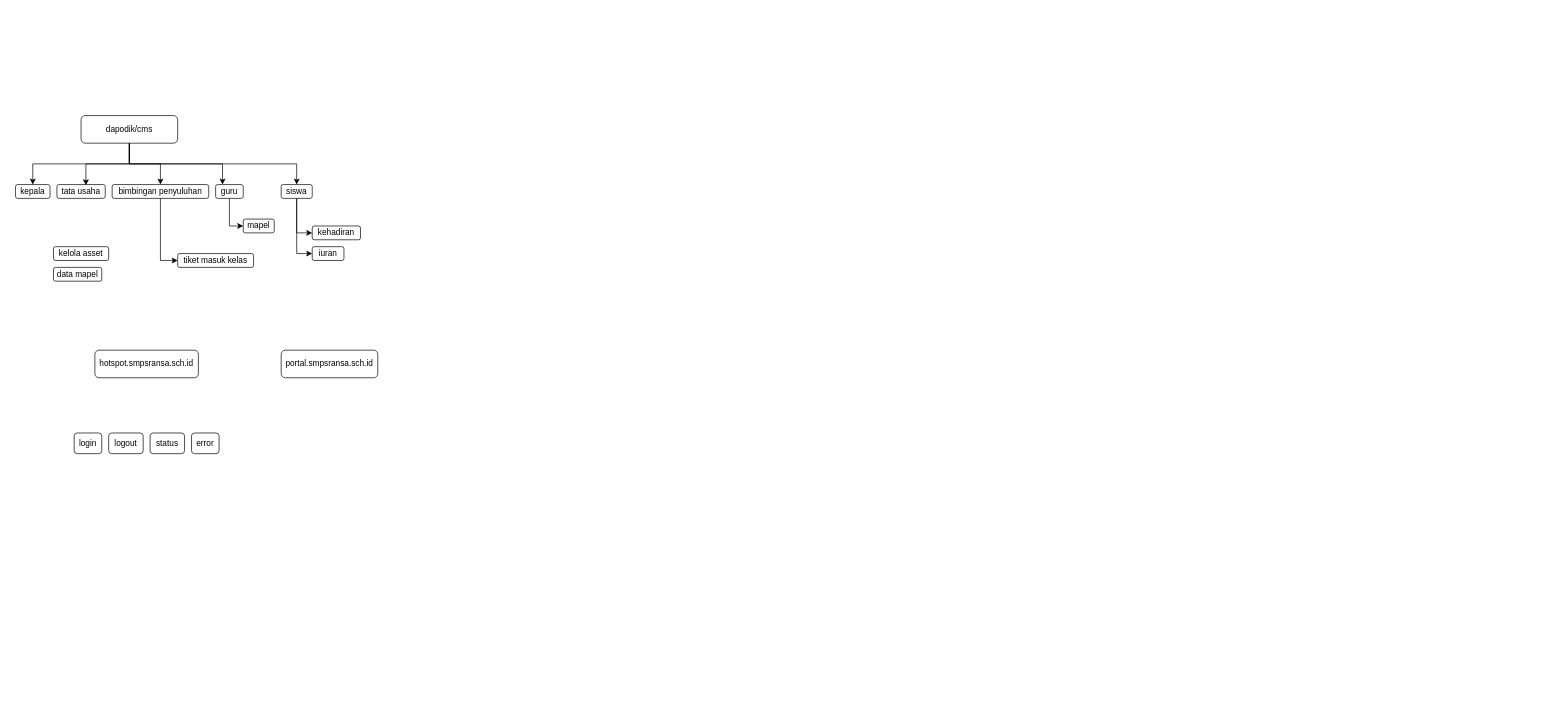
Earlier version of the draw.io diagram Diagram Tanpa Judul.drawio (saristek/portal). Source tidied: cells renumbered, new cells numbered last; positions are measured from the earlier drawing's top-left corner, leaving out a move shared by most shapes. Both pictures are drawn from the tidied source at 69%, with x=0, y=0 at pixel (15, 115).
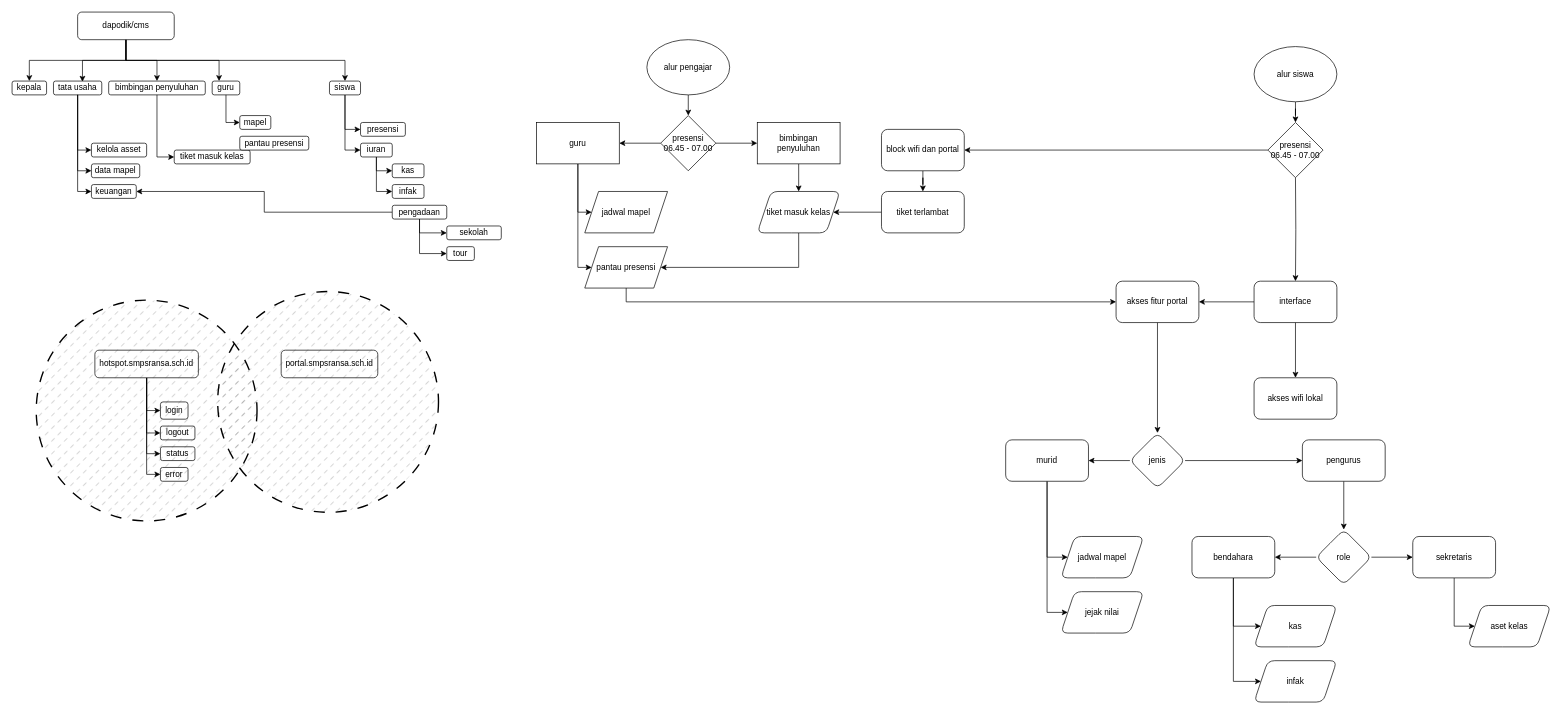
Above is the later version.

Unchanged cells that the change refers to:
```xml
<mxCell id="3" value="hotspot.smpsransa.sch.id" style="rounded=1;whiteSpace=wrap;html=1;" parent="1" vertex="1">
  <mxGeometry x="115" y="340" width="150" height="40" as="geometry" />
</mxCell>
<mxCell id="15" value="tata usaha" style="rounded=1;whiteSpace=wrap;html=1;" parent="13" vertex="1">
  <mxGeometry x="60" width="70" height="20" as="geometry" />
</mxCell>
```

Diff of the diagram source:
```diff
@@
+    <mxCell id="30" style="edgeStyle=orthogonalEdgeStyle;rounded=0;jettySize=auto;html=1;exitX=0.5;exitY=1;exitDx=0;exitDy=0;entryX=0;entryY=0.5;entryDx=0;entryDy=0;" parent="1" edge="1" source="3" target="4">
+      <mxGeometry relative="1" as="geometry" />
+    </mxCell>
+    <mxCell id="31" style="edgeStyle=orthogonalEdgeStyle;rounded=0;jettySize=auto;html=1;exitX=0.5;exitY=1;exitDx=0;exitDy=0;entryX=0;entryY=0.5;entryDx=0;entryDy=0;" parent="1" edge="1" source="3" target="5">
+      <mxGeometry relative="1" as="geometry" />
+    </mxCell>
+    <mxCell id="32" style="edgeStyle=orthogonalEdgeStyle;rounded=0;jettySize=auto;html=1;exitX=0.5;exitY=1;exitDx=0;exitDy=0;entryX=0;entryY=0.5;entryDx=0;entryDy=0;" parent="1" edge="1" source="3" target="6">
+      <mxGeometry relative="1" as="geometry" />
+    </mxCell>
+    <mxCell id="33" style="edgeStyle=orthogonalEdgeStyle;rounded=0;jettySize=auto;html=1;exitX=0.5;exitY=1;exitDx=0;exitDy=0;entryX=0;entryY=0.5;entryDx=0;entryDy=0;" parent="1" edge="1" source="3" target="7">
+      <mxGeometry relative="1" as="geometry" />
+    </mxCell>
@@
     <mxCell id="4" value="login" style="rounded=1;whiteSpace=wrap;html=1;" parent="1" vertex="1">
-      <mxGeometry x="85" y="460" width="40" height="30" as="geometry" />
+      <mxGeometry x="210" y="415" width="40" height="25" as="geometry" />
     </mxCell>
     <mxCell id="5" value="logout" style="rounded=1;whiteSpace=wrap;html=1;" parent="1" vertex="1">
-      <mxGeometry x="135" y="460" width="50" height="30" as="geometry" />
+      <mxGeometry x="210" y="450" width="50" height="20" as="geometry" />
     </mxCell>
     <mxCell id="6" value="status" style="rounded=1;whiteSpace=wrap;html=1;" parent="1" vertex="1">
-      <mxGeometry x="195" y="460" width="50" height="30" as="geometry" />
+      <mxGeometry x="210" y="480" width="50" height="20" as="geometry" />
     </mxCell>
     <mxCell id="7" value="error" style="rounded=1;whiteSpace=wrap;html=1;" parent="1" vertex="1">
-      <mxGeometry x="255" y="460" width="40" height="30" as="geometry" />
+      <mxGeometry x="210" y="510" width="40" height="20" as="geometry" />
     </mxCell>
@@
     <mxCell id="12" value="dapodik/cms" style="rounded=1;whiteSpace=wrap;html=1;" parent="1" vertex="1">
-      <mxGeometry x="95" width="140" height="40" as="geometry" />
+      <mxGeometry x="90" y="-150" width="140" height="40" as="geometry" />
     </mxCell>
     <mxCell id="13" style="group;" parent="1" vertex="1">
-      <mxGeometry y="100" width="330" height="20" as="geometry" />
+      <mxGeometry x="-5" y="-50" width="330" height="20" as="geometry" />
     </mxCell>
@@
     <mxCell id="18" value="mapel" style="rounded=1;whiteSpace=wrap;html=1;" parent="1" vertex="1">
-      <mxGeometry x="330" y="150" width="45" height="20" as="geometry" />
+      <mxGeometry x="325" width="45" height="20" as="geometry" />
     </mxCell>
@@
     <mxCell id="21" value="siswa" style="rounded=1;whiteSpace=wrap;html=1;" parent="1" vertex="1">
-      <mxGeometry x="385" y="100" width="45" height="20" as="geometry" />
+      <mxGeometry x="455" y="-50" width="45" height="20" as="geometry" />
     </mxCell>
+    <mxCell id="34" style="edgeStyle=orthogonalEdgeStyle;rounded=0;jettySize=auto;html=1;exitX=0.5;exitY=1;exitDx=0;exitDy=0;entryX=0;entryY=0.5;entryDx=0;entryDy=0;" parent="1" edge="1" source="22" target="92">
+      <mxGeometry relative="1" as="geometry">
+        <Array as="points">
+          <mxPoint x="523" y="80" />
+        </Array>
+      </mxGeometry>
+    </mxCell>
+    <mxCell id="35" style="edgeStyle=orthogonalEdgeStyle;rounded=0;jettySize=auto;html=1;exitX=0.5;exitY=1;exitDx=0;exitDy=0;entryX=0;entryY=0.5;entryDx=0;entryDy=0;" parent="1" edge="1" source="22" target="93">
+      <mxGeometry relative="1" as="geometry" />
+    </mxCell>
     <mxCell id="22" value="iuran" style="rounded=1;whiteSpace=wrap;html=1;" parent="1" vertex="1">
-      <mxGeometry x="430" y="190" width="46" height="20" as="geometry" />
+      <mxGeometry x="500" y="40" width="46" height="20" as="geometry" />
     </mxCell>
-    <mxCell id="23" value="kehadiran" style="rounded=1;whiteSpace=wrap;html=1;" parent="1" vertex="1">
-      <mxGeometry x="430" y="160" width="70" height="20" as="geometry" />
+    <mxCell id="23" value="presensi" style="rounded=1;whiteSpace=wrap;html=1;" parent="1" vertex="1">
+      <mxGeometry x="500" y="10" width="65" height="20" as="geometry" />
     </mxCell>
     <mxCell id="24" value="kelola asset" style="rounded=1;whiteSpace=wrap;html=1;" parent="1" vertex="1">
-      <mxGeometry x="55" y="190" width="80" height="20" as="geometry" />
+      <mxGeometry x="110" y="40" width="80" height="20" as="geometry" />
     </mxCell>
     <mxCell id="25" value="data mapel" style="rounded=1;whiteSpace=wrap;html=1;" parent="1" vertex="1">
-      <mxGeometry x="55" y="220" width="70" height="20" as="geometry" />
+      <mxGeometry x="110" y="70" width="70" height="20" as="geometry" />
     </mxCell>
     <mxCell id="26" value="tiket masuk kelas" style="rounded=1;whiteSpace=wrap;html=1;" parent="1" vertex="1">
-      <mxGeometry x="235" y="200" width="110" height="20" as="geometry" />
+      <mxGeometry x="230" y="50" width="110" height="20" as="geometry" />
     </mxCell>
@@
+    <mxCell id="36" style="edgeStyle=orthogonalEdgeStyle;rounded=0;jettySize=auto;html=1;exitX=0.5;exitY=1;exitDx=0;exitDy=0;entryX=0;entryY=0.5;entryDx=0;entryDy=0;" parent="1" edge="1" source="15" target="24">
+      <mxGeometry relative="1" as="geometry" />
+    </mxCell>
+    <mxCell id="37" style="edgeStyle=orthogonalEdgeStyle;rounded=0;jettySize=auto;html=1;exitX=0.5;exitY=1;exitDx=0;exitDy=0;entryX=0;entryY=0.5;entryDx=0;entryDy=0;" parent="1" edge="1" source="15" target="25">
+      <mxGeometry relative="1" as="geometry" />
+    </mxCell>
+    <mxCell id="38" style="ellipse;whiteSpace=wrap;html=1;fillStyle=dashed;fillColor=#333333;strokeColor=default;dashed=1;dashPattern=8 8;gradientColor=none;shadow=0;strokeWidth=2;fillOpacity=20;" parent="1" vertex="1">
+      <mxGeometry x="30" y="267.5" width="320" height="320" as="geometry" />
+    </mxCell>
+    <mxCell id="39" style="ellipse;whiteSpace=wrap;html=1;fillStyle=dashed;fillColor=#333333;strokeColor=default;dashed=1;dashPattern=8 8;gradientColor=none;shadow=0;strokeWidth=2;fillOpacity=20;" parent="1" vertex="1">
+      <mxGeometry x="293" y="255" width="320" height="320" as="geometry" />
+    </mxCell>
+    <mxCell id="40" style="edgeStyle=orthogonalEdgeStyle;rounded=0;jettySize=auto;html=1;" parent="1" edge="1" source="41" target="66">
+      <mxGeometry relative="1" as="geometry" />
+    </mxCell>
+    <mxCell id="41" value="alur siswa" style="ellipse;whiteSpace=wrap;html=1;" parent="1" vertex="1">
+      <mxGeometry x="1795" y="-100" width="120" height="80" as="geometry" />
+    </mxCell>
+    <mxCell id="42" style="edgeStyle=orthogonalEdgeStyle;rounded=0;jettySize=auto;html=1;exitX=0;exitY=0.5;exitDx=0;exitDy=0;entryX=1;entryY=0.5;entryDx=0;entryDy=0;" parent="1" edge="1" source="66" target="45">
+      <mxGeometry relative="1" as="geometry" />
+    </mxCell>
+    <mxCell id="43" style="edgeStyle=orthogonalEdgeStyle;rounded=0;jettySize=auto;html=1;exitX=0.5;exitY=1;exitDx=0;exitDy=0;" parent="1" edge="1" target="50">
+      <mxGeometry relative="1" as="geometry">
+        <mxPoint x="1855" y="90" as="sourcePoint" />
+      </mxGeometry>
+    </mxCell>
+    <mxCell id="44" style="edgeStyle=orthogonalEdgeStyle;rounded=0;jettySize=auto;html=1;" parent="1" edge="1" source="45" target="47">
+      <mxGeometry relative="1" as="geometry" />
+    </mxCell>
+    <mxCell id="45" value="block wifi dan portal" style="whiteSpace=wrap;html=1;rounded=1;" parent="1" vertex="1">
+      <mxGeometry x="1255" y="20" width="120" height="60" as="geometry" />
+    </mxCell>
+    <mxCell id="46" style="edgeStyle=orthogonalEdgeStyle;rounded=0;jettySize=auto;html=1;exitX=0;exitY=0.5;exitDx=0;exitDy=0;entryX=1;entryY=0.5;entryDx=0;entryDy=0;" parent="1" edge="1" source="47" target="65">
+      <mxGeometry relative="1" as="geometry" />
+    </mxCell>
+    <mxCell id="47" value="tiket terlambat" style="whiteSpace=wrap;html=1;rounded=1;" parent="1" vertex="1">
+      <mxGeometry x="1255" y="110" width="120" height="60" as="geometry" />
+    </mxCell>
+    <mxCell id="48" style="edgeStyle=orthogonalEdgeStyle;rounded=0;jettySize=auto;html=1;" parent="1" edge="1" source="50" target="51">
+      <mxGeometry relative="1" as="geometry" />
+    </mxCell>
+    <mxCell id="49" style="edgeStyle=orthogonalEdgeStyle;rounded=0;jettySize=auto;html=1;" parent="1" edge="1" source="50" target="53">
+      <mxGeometry relative="1" as="geometry" />
+    </mxCell>
+    <mxCell id="50" value="interface" style="whiteSpace=wrap;html=1;rounded=1;" parent="1" vertex="1">
+      <mxGeometry x="1795" y="240" width="120" height="60" as="geometry" />
+    </mxCell>
+    <mxCell id="51" value="akses wifi lokal" style="whiteSpace=wrap;html=1;rounded=1;" parent="1" vertex="1">
+      <mxGeometry x="1795" y="380" width="120" height="60" as="geometry" />
+    </mxCell>
+    <mxCell id="52" style="edgeStyle=orthogonalEdgeStyle;rounded=0;jettySize=auto;html=1;" parent="1" edge="1" source="53" target="69">
+      <mxGeometry relative="1" as="geometry" />
+    </mxCell>
+    <mxCell id="53" value="akses fitur portal" style="whiteSpace=wrap;html=1;rounded=1;" parent="1" vertex="1">
+      <mxGeometry x="1595" y="240" width="120" height="60" as="geometry" />
+    </mxCell>
+    <mxCell id="54" style="edgeStyle=orthogonalEdgeStyle;rounded=0;jettySize=auto;html=1;exitX=0.5;exitY=1;exitDx=0;exitDy=0;entryX=0.5;entryY=0;entryDx=0;entryDy=0;" parent="1" edge="1" source="55" target="58">
+      <mxGeometry relative="1" as="geometry" />
+    </mxCell>
+    <mxCell id="55" value="alur pengajar" style="ellipse;whiteSpace=wrap;html=1;" parent="1" vertex="1">
+      <mxGeometry x="915" y="-110" width="120" height="80" as="geometry" />
+    </mxCell>
+    <mxCell id="56" style="edgeStyle=orthogonalEdgeStyle;rounded=0;jettySize=auto;html=1;" parent="1" edge="1" source="58" target="61">
+      <mxGeometry relative="1" as="geometry" />
+    </mxCell>
+    <mxCell id="57" style="edgeStyle=orthogonalEdgeStyle;rounded=0;jettySize=auto;html=1;" parent="1" edge="1" source="58" target="63">
+      <mxGeometry relative="1" as="geometry" />
+    </mxCell>
+    <mxCell id="58" value="presensi 06.45 - 07.00" style="rhombus;whiteSpace=wrap;html=1;" parent="1" vertex="1">
+      <mxGeometry x="935" width="80" height="80" as="geometry" />
+    </mxCell>
+    <mxCell id="59" style="edgeStyle=orthogonalEdgeStyle;rounded=0;jettySize=auto;html=1;entryX=0;entryY=0.5;entryDx=0;entryDy=0;" parent="1" edge="1" source="61" target="88">
+      <mxGeometry relative="1" as="geometry">
+        <Array as="points">
+          <mxPoint x="815" y="140" />
+        </Array>
+      </mxGeometry>
+    </mxCell>
+    <mxCell id="60" style="edgeStyle=orthogonalEdgeStyle;rounded=0;jettySize=auto;html=1;exitX=0.5;exitY=1;exitDx=0;exitDy=0;entryX=0;entryY=0.5;entryDx=0;entryDy=0;" parent="1" edge="1" source="61" target="90">
+      <mxGeometry relative="1" as="geometry">
+        <Array as="points">
+          <mxPoint x="815" y="220" />
+        </Array>
+      </mxGeometry>
+    </mxCell>
+    <mxCell id="61" value="guru" style="whiteSpace=wrap;html=1;" parent="1" vertex="1">
+      <mxGeometry x="755" y="10" width="120" height="60" as="geometry" />
+    </mxCell>
+    <mxCell id="62" style="edgeStyle=orthogonalEdgeStyle;rounded=0;jettySize=auto;html=1;" parent="1" edge="1" source="63" target="65">
+      <mxGeometry relative="1" as="geometry" />
+    </mxCell>
+    <mxCell id="63" value="bimbingan penyuluhan" style="whiteSpace=wrap;html=1;" parent="1" vertex="1">
+      <mxGeometry x="1075" y="10" width="120" height="60" as="geometry" />
+    </mxCell>
+    <mxCell id="64" style="edgeStyle=orthogonalEdgeStyle;rounded=0;jettySize=auto;html=1;exitX=0.5;exitY=1;exitDx=0;exitDy=0;entryX=1;entryY=0.5;entryDx=0;entryDy=0;" parent="1" edge="1" source="65" target="90">
+      <mxGeometry relative="1" as="geometry">
+        <Array as="points">
+          <mxPoint x="1135" y="220" />
+        </Array>
+      </mxGeometry>
+    </mxCell>
+    <mxCell id="65" value="tiket masuk kelas" style="shape=parallelogram;perimeter=parallelogramPerimeter;whiteSpace=wrap;html=1;fixedSize=1;rounded=1;" parent="1" vertex="1">
+      <mxGeometry x="1075" y="110" width="120" height="60" as="geometry" />
+    </mxCell>
+    <mxCell id="66" value="presensi 06.45 - 07.00" style="rhombus;whiteSpace=wrap;html=1;" parent="1" vertex="1">
+      <mxGeometry x="1815" y="10" width="80" height="80" as="geometry" />
+    </mxCell>
+    <mxCell id="67" style="edgeStyle=orthogonalEdgeStyle;rounded=0;jettySize=auto;html=1;" parent="1" edge="1" source="69" target="71">
+      <mxGeometry relative="1" as="geometry" />
+    </mxCell>
+    <mxCell id="68" style="edgeStyle=orthogonalEdgeStyle;rounded=0;jettySize=auto;html=1;" parent="1" edge="1" source="69" target="74">
+      <mxGeometry relative="1" as="geometry" />
+    </mxCell>
+    <mxCell id="69" value="jenis" style="rhombus;whiteSpace=wrap;html=1;rounded=1;" parent="1" vertex="1">
+      <mxGeometry x="1615" y="460" width="80" height="80" as="geometry" />
+    </mxCell>
+    <mxCell id="70" style="edgeStyle=orthogonalEdgeStyle;rounded=0;jettySize=auto;html=1;" parent="1" edge="1" source="71" target="77">
+      <mxGeometry relative="1" as="geometry" />
+    </mxCell>
+    <mxCell id="71" value="pengurus" style="whiteSpace=wrap;html=1;rounded=1;" parent="1" vertex="1">
+      <mxGeometry x="1865" y="470" width="120" height="60" as="geometry" />
+    </mxCell>
+    <mxCell id="72" style="edgeStyle=orthogonalEdgeStyle;rounded=0;jettySize=auto;html=1;entryX=0;entryY=0.5;entryDx=0;entryDy=0;" parent="1" edge="1" source="74" target="86">
+      <mxGeometry relative="1" as="geometry">
+        <Array as="points">
+          <mxPoint x="1495" y="640" />
+        </Array>
+      </mxGeometry>
+    </mxCell>
+    <mxCell id="73" style="edgeStyle=orthogonalEdgeStyle;rounded=0;jettySize=auto;html=1;exitX=0.5;exitY=1;exitDx=0;exitDy=0;entryX=0;entryY=0.5;entryDx=0;entryDy=0;" parent="1" edge="1" source="74" target="87">
+      <mxGeometry relative="1" as="geometry">
+        <Array as="points">
+          <mxPoint x="1495" y="720" />
+        </Array>
+      </mxGeometry>
+    </mxCell>
+    <mxCell id="74" value="murid" style="whiteSpace=wrap;html=1;rounded=1;" parent="1" vertex="1">
+      <mxGeometry x="1435" y="470" width="120" height="60" as="geometry" />
+    </mxCell>
+    <mxCell id="75" style="edgeStyle=orthogonalEdgeStyle;rounded=0;jettySize=auto;html=1;" parent="1" edge="1" source="77" target="80">
+      <mxGeometry relative="1" as="geometry" />
+    </mxCell>
+    <mxCell id="76" style="edgeStyle=orthogonalEdgeStyle;rounded=0;jettySize=auto;html=1;" parent="1" edge="1" source="77" target="82">
+      <mxGeometry relative="1" as="geometry" />
+    </mxCell>
+    <mxCell id="77" value="role" style="rhombus;whiteSpace=wrap;html=1;rounded=1;" parent="1" vertex="1">
+      <mxGeometry x="1885" y="600" width="80" height="80" as="geometry" />
+    </mxCell>
+    <mxCell id="78" style="edgeStyle=orthogonalEdgeStyle;rounded=0;jettySize=auto;html=1;exitX=0.5;exitY=1;exitDx=0;exitDy=0;entryX=0;entryY=0.5;entryDx=0;entryDy=0;" parent="1" edge="1" source="80" target="83">
+      <mxGeometry relative="1" as="geometry">
+        <Array as="points">
+          <mxPoint x="1765" y="740" />
+        </Array>
+      </mxGeometry>
+    </mxCell>
+    <mxCell id="79" style="edgeStyle=orthogonalEdgeStyle;rounded=0;jettySize=auto;html=1;exitX=0.5;exitY=1;exitDx=0;exitDy=0;entryX=0;entryY=0.5;entryDx=0;entryDy=0;" parent="1" edge="1" source="80" target="84">
+      <mxGeometry relative="1" as="geometry">
+        <Array as="points">
+          <mxPoint x="1765" y="820" />
+        </Array>
+      </mxGeometry>
+    </mxCell>
+    <mxCell id="80" value="bendahara" style="whiteSpace=wrap;html=1;rounded=1;" parent="1" vertex="1">
+      <mxGeometry x="1705" y="610" width="120" height="60" as="geometry" />
+    </mxCell>
+    <mxCell id="81" style="edgeStyle=orthogonalEdgeStyle;rounded=0;jettySize=auto;html=1;" parent="1" edge="1" source="82" target="85">
+      <mxGeometry relative="1" as="geometry">
+        <Array as="points">
+          <mxPoint x="2085" y="740" />
+        </Array>
+      </mxGeometry>
+    </mxCell>
+    <mxCell id="82" value="sekretaris" style="whiteSpace=wrap;html=1;rounded=1;" parent="1" vertex="1">
+      <mxGeometry x="2025" y="610" width="120" height="60" as="geometry" />
+    </mxCell>
+    <mxCell id="83" value="kas" style="shape=parallelogram;perimeter=parallelogramPerimeter;whiteSpace=wrap;html=1;fixedSize=1;rounded=1;" parent="1" vertex="1">
+      <mxGeometry x="1795" y="710" width="120" height="60" as="geometry" />
+    </mxCell>
+    <mxCell id="84" value="infak" style="shape=parallelogram;perimeter=parallelogramPerimeter;whiteSpace=wrap;html=1;fixedSize=1;rounded=1;" parent="1" vertex="1">
+      <mxGeometry x="1795" y="790" width="120" height="60" as="geometry" />
+    </mxCell>
+    <mxCell id="85" value="aset kelas" style="shape=parallelogram;perimeter=parallelogramPerimeter;whiteSpace=wrap;html=1;fixedSize=1;rounded=1;" parent="1" vertex="1">
+      <mxGeometry x="2105" y="710" width="120" height="60" as="geometry" />
+    </mxCell>
+    <mxCell id="86" value="jadwal mapel" style="shape=parallelogram;perimeter=parallelogramPerimeter;whiteSpace=wrap;html=1;fixedSize=1;rounded=1;" parent="1" vertex="1">
+      <mxGeometry x="1515" y="610" width="120" height="60" as="geometry" />
+    </mxCell>
+    <mxCell id="87" value="jejak nilai" style="shape=parallelogram;perimeter=parallelogramPerimeter;whiteSpace=wrap;html=1;fixedSize=1;rounded=1;" parent="1" vertex="1">
+      <mxGeometry x="1515" y="690" width="120" height="60" as="geometry" />
+    </mxCell>
+    <mxCell id="88" value="jadwal mapel" style="shape=parallelogram;perimeter=parallelogramPerimeter;whiteSpace=wrap;html=1;fixedSize=1;" parent="1" vertex="1">
+      <mxGeometry x="825" y="110" width="120" height="60" as="geometry" />
+    </mxCell>
+    <mxCell id="89" style="edgeStyle=orthogonalEdgeStyle;rounded=0;jettySize=auto;html=1;exitX=0.5;exitY=1;exitDx=0;exitDy=0;entryX=0;entryY=0.5;entryDx=0;entryDy=0;" parent="1" edge="1" source="90" target="53">
+      <mxGeometry relative="1" as="geometry">
+        <Array as="points">
+          <mxPoint x="885" y="270" />
+        </Array>
+      </mxGeometry>
+    </mxCell>
+    <mxCell id="90" value="pantau presensi" style="shape=parallelogram;perimeter=parallelogramPerimeter;whiteSpace=wrap;html=1;fixedSize=1;" parent="1" vertex="1">
+      <mxGeometry x="825" y="190" width="120" height="60" as="geometry" />
+    </mxCell>
+    <mxCell id="91" value="pantau presensi" style="rounded=1;whiteSpace=wrap;html=1;" parent="1" vertex="1">
+      <mxGeometry x="325" y="30" width="100" height="20" as="geometry" />
+    </mxCell>
+    <mxCell id="92" value="kas" style="rounded=1;whiteSpace=wrap;html=1;" parent="1" vertex="1">
+      <mxGeometry x="546" y="70" width="46" height="20" as="geometry" />
+    </mxCell>
+    <mxCell id="93" value="infak" style="rounded=1;whiteSpace=wrap;html=1;" parent="1" vertex="1">
+      <mxGeometry x="546" y="100" width="46" height="20" as="geometry" />
+    </mxCell>
+    <mxCell id="94" style="edgeStyle=orthogonalEdgeStyle;rounded=0;jettySize=auto;html=1;exitX=0;exitY=0.5;exitDx=0;exitDy=0;entryX=1;entryY=0.5;entryDx=0;entryDy=0;" parent="1" edge="1" source="97" target="100">
+      <mxGeometry relative="1" as="geometry" />
+    </mxCell>
+    <mxCell id="95" style="edgeStyle=orthogonalEdgeStyle;rounded=0;jettySize=auto;html=1;exitX=0.5;exitY=1;exitDx=0;exitDy=0;entryX=0;entryY=0.5;entryDx=0;entryDy=0;" parent="1" edge="1" source="97" target="98">
+      <mxGeometry relative="1" as="geometry" />
+    </mxCell>
+    <mxCell id="96" style="edgeStyle=orthogonalEdgeStyle;rounded=0;jettySize=auto;html=1;exitX=0.5;exitY=1;exitDx=0;exitDy=0;entryX=0;entryY=0.5;entryDx=0;entryDy=0;" parent="1" edge="1" source="97" target="99">
+      <mxGeometry relative="1" as="geometry" />
+    </mxCell>
+    <mxCell id="97" value="pengadaan" style="rounded=1;whiteSpace=wrap;html=1;" parent="1" vertex="1">
+      <mxGeometry x="546" y="130" width="79" height="20" as="geometry" />
+    </mxCell>
+    <mxCell id="98" value="sekolah" style="rounded=1;whiteSpace=wrap;html=1;" parent="1" vertex="1">
+      <mxGeometry x="625" y="160" width="79" height="20" as="geometry" />
+    </mxCell>
+    <mxCell id="99" value="tour" style="rounded=1;whiteSpace=wrap;html=1;" parent="1" vertex="1">
+      <mxGeometry x="625" y="190" width="40" height="20" as="geometry" />
+    </mxCell>
+    <mxCell id="100" value="keuangan" style="rounded=1;whiteSpace=wrap;html=1;" parent="1" vertex="1">
+      <mxGeometry x="110" y="100" width="65" height="20" as="geometry" />
+    </mxCell>
+    <mxCell id="101" style="edgeStyle=orthogonalEdgeStyle;rounded=0;jettySize=auto;html=1;exitX=0.5;exitY=1;exitDx=0;exitDy=0;entryX=0;entryY=0.5;entryDx=0;entryDy=0;" parent="1" edge="1" source="15" target="100">
+      <mxGeometry relative="1" as="geometry" />
+    </mxCell>
```
